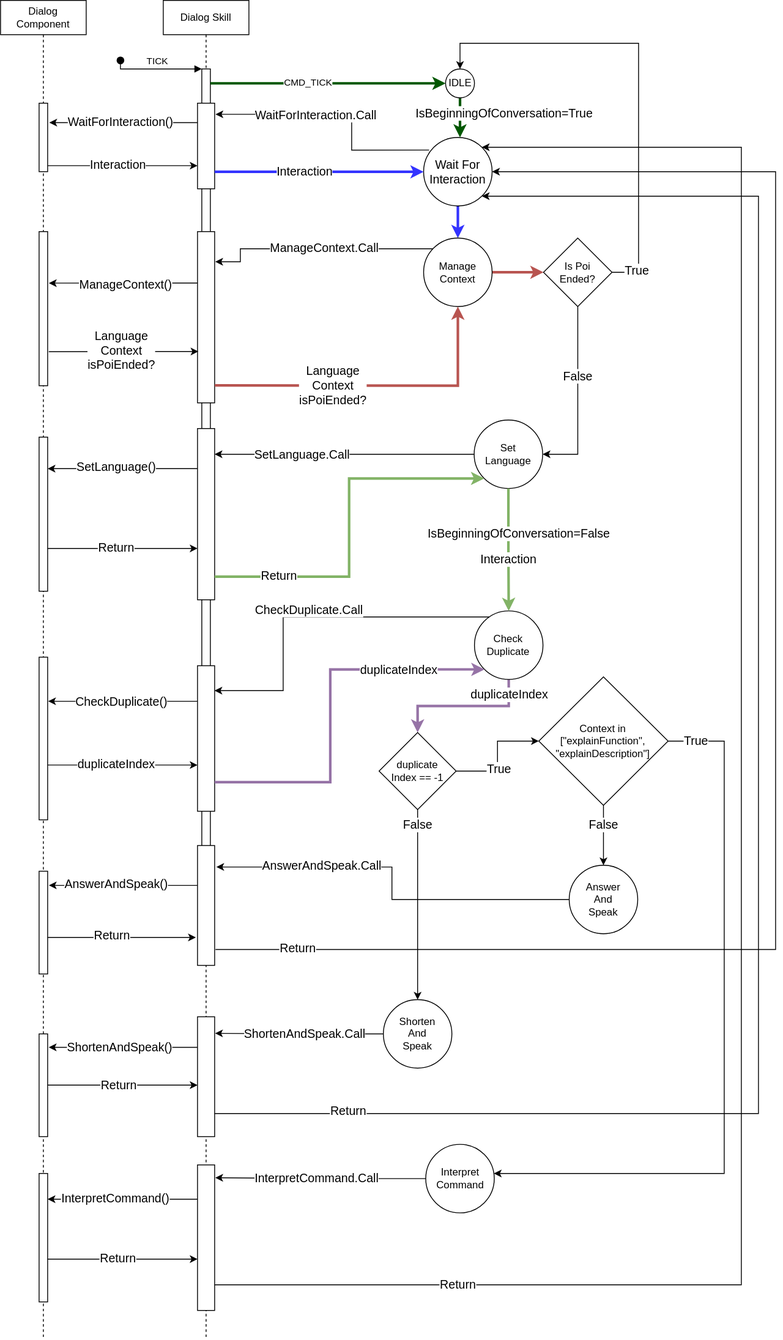
Before: src/skills/dialog_skill/images/SequenceDiagram.drawio.svg, a diagram exported from draw.io (convince-project/UC3). Source tidied: cells renumbered, new cells last; positions are measured from the earlier drawing's top-left corner, leaving out a move shared by most shapes.
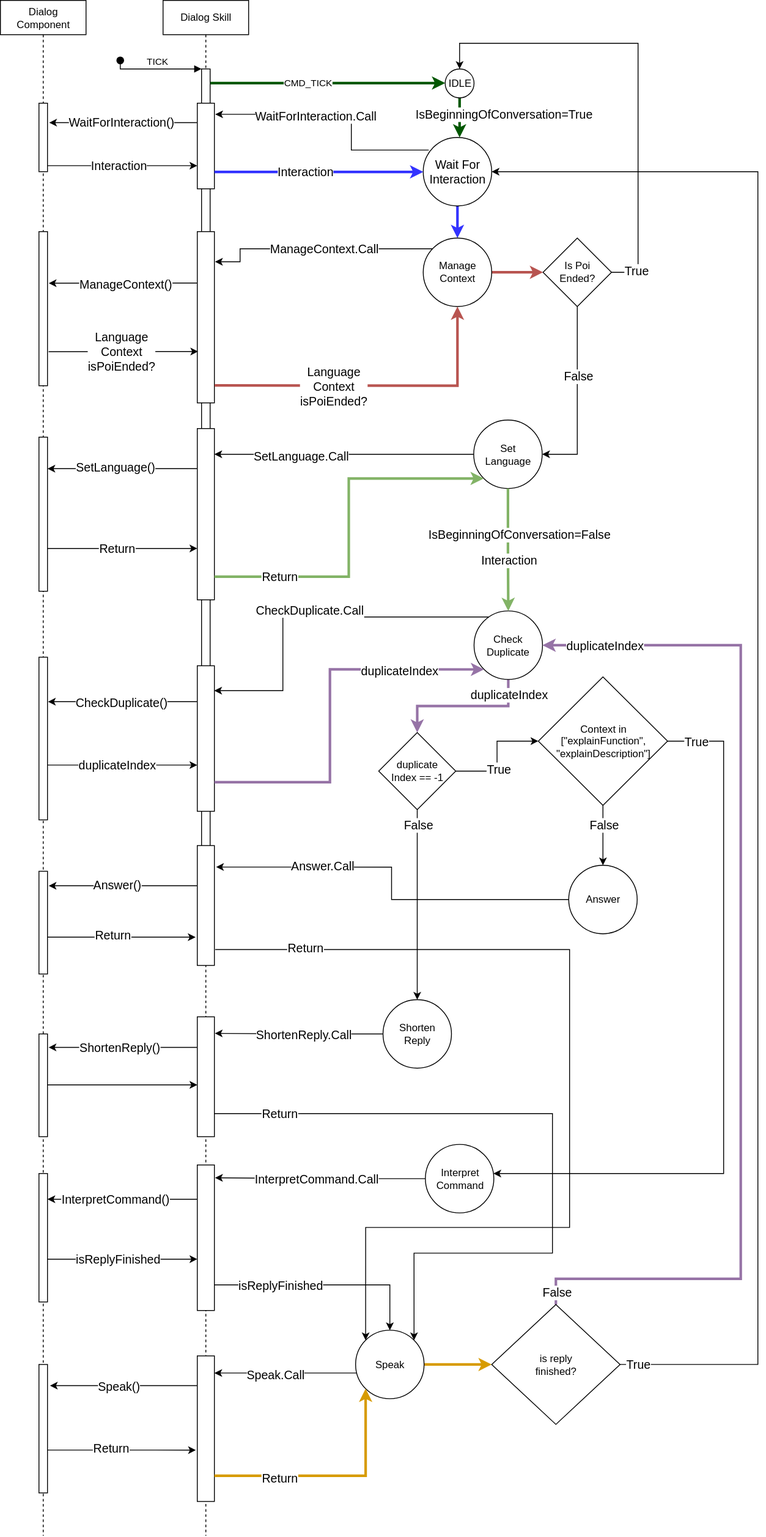
After the change.

The edit, as a diff of the source:
```diff
@@ -3,7 +3,7 @@
     <mxCell id="0" />
     <mxCell id="1" parent="0" />
     <mxCell id="2" value="&lt;div&gt;Dialog&lt;/div&gt;&lt;div&gt;Component&lt;/div&gt;" style="shape=umlLifeline;perimeter=lifelinePerimeter;whiteSpace=wrap;html=1;newEdgeStyle={&quot;edgeStyle&quot;:&quot;elbowEdgeStyle&quot;,&quot;elbow&quot;:&quot;vertical&quot;,&quot;curved&quot;:0,&quot;rounded&quot;:0};" parent="1" vertex="1">
-      <mxGeometry width="100" height="1563" as="geometry" />
+      <mxGeometry width="100" height="1793" as="geometry" />
     </mxCell>
     <mxCell id="3" value="TICK" style="html=1;verticalAlign=bottom;startArrow=oval;endArrow=block;startSize=8;edgeStyle=elbowEdgeStyle;elbow=vertical;curved=0;rounded=0;" parent="2" edge="1" target="12">
       <mxGeometry relative="1" as="geometry">
@@ -34,8 +34,11 @@
     <mxCell id="10" style="html=1;points=[];perimeter=orthogonalPerimeter;outlineConnect=0;targetShapes=umlLifeline;portConstraint=eastwest;newEdgeStyle={&quot;edgeStyle&quot;:&quot;elbowEdgeStyle&quot;,&quot;elbow&quot;:&quot;vertical&quot;,&quot;curved&quot;:0,&quot;rounded&quot;:0};" parent="2" vertex="1">
       <mxGeometry x="45" y="1370" width="10" height="150" as="geometry" />
     </mxCell>
+    <mxCell id="110" style="html=1;points=[];perimeter=orthogonalPerimeter;outlineConnect=0;targetShapes=umlLifeline;portConstraint=eastwest;newEdgeStyle={&quot;edgeStyle&quot;:&quot;elbowEdgeStyle&quot;,&quot;elbow&quot;:&quot;vertical&quot;,&quot;curved&quot;:0,&quot;rounded&quot;:0};" parent="2" vertex="1">
+      <mxGeometry x="45" y="1593" width="10" height="150" as="geometry" />
+    </mxCell>
     <mxCell id="11" value="Dialog Skill" style="shape=umlLifeline;perimeter=lifelinePerimeter;whiteSpace=wrap;html=1;newEdgeStyle={&quot;edgeStyle&quot;:&quot;elbowEdgeStyle&quot;,&quot;elbow&quot;:&quot;vertical&quot;,&quot;curved&quot;:0,&quot;rounded&quot;:0};" parent="1" vertex="1">
-      <mxGeometry x="190" width="100" height="1563" as="geometry" />
+      <mxGeometry x="190" width="100" height="1793" as="geometry" />
     </mxCell>
     <mxCell id="12" style="html=1;points=[];perimeter=orthogonalPerimeter;outlineConnect=0;targetShapes=umlLifeline;portConstraint=eastwest;newEdgeStyle={&quot;edgeStyle&quot;:&quot;elbowEdgeStyle&quot;,&quot;elbow&quot;:&quot;vertical&quot;,&quot;curved&quot;:0,&quot;rounded&quot;:0};" parent="11" vertex="1">
       <mxGeometry x="45" y="80" width="10" height="1040" as="geometry" />
@@ -61,6 +64,9 @@
     <mxCell id="19" style="html=1;points=[];perimeter=orthogonalPerimeter;outlineConnect=0;targetShapes=umlLifeline;portConstraint=eastwest;newEdgeStyle={&quot;edgeStyle&quot;:&quot;elbowEdgeStyle&quot;,&quot;elbow&quot;:&quot;vertical&quot;,&quot;curved&quot;:0,&quot;rounded&quot;:0};" parent="11" vertex="1">
       <mxGeometry x="40" y="1360" width="20" height="170" as="geometry" />
     </mxCell>
+    <mxCell id="111" style="html=1;points=[];perimeter=orthogonalPerimeter;outlineConnect=0;targetShapes=umlLifeline;portConstraint=eastwest;newEdgeStyle={&quot;edgeStyle&quot;:&quot;elbowEdgeStyle&quot;,&quot;elbow&quot;:&quot;vertical&quot;,&quot;curved&quot;:0,&quot;rounded&quot;:0};" parent="11" vertex="1">
+      <mxGeometry x="40" y="1583" width="20" height="170" as="geometry" />
+    </mxCell>
     <mxCell id="20" style="edgeStyle=elbowEdgeStyle;rounded=0;jettySize=auto;html=1;elbow=vertical;curved=0;entryX=0;entryY=0.5;entryDx=0;entryDy=0;fillColor=#008a00;strokeColor=#005700;strokeWidth=3;" parent="1" edge="1" source="12" target="26">
       <mxGeometry relative="1" as="geometry" />
     </mxCell>
@@ -238,13 +244,13 @@
     <mxCell id="59" value="&lt;div&gt;duplicate&lt;/div&gt;&lt;div&gt;Index == -1&lt;/div&gt;" style="rhombus;whiteSpace=wrap;html=1;" parent="1" vertex="1">
       <mxGeometry x="442" y="855" width="90" height="90" as="geometry" />
     </mxCell>
-    <mxCell id="60" value="&lt;div&gt;Answer&lt;/div&gt;&lt;div&gt;And&lt;/div&gt;&lt;div&gt;Speak&lt;/div&gt;" style="ellipse;whiteSpace=wrap;html=1;" parent="1" vertex="1">
+    <mxCell id="60" value="&lt;div&gt;Answer&lt;/div&gt;" style="ellipse;whiteSpace=wrap;html=1;" parent="1" vertex="1">
       <mxGeometry x="664" y="1010" width="80" height="80" as="geometry" />
     </mxCell>
     <mxCell id="61" style="edgeStyle=orthogonalEdgeStyle;rounded=0;jettySize=auto;html=1;entryX=1.1;entryY=0.179;entryDx=0;entryDy=0;entryPerimeter=0;" parent="1" edge="1" source="60" target="16">
       <mxGeometry relative="1" as="geometry" />
     </mxCell>
-    <mxCell id="62" value="AnswerAndSpeak.Call" style="edgeLabel;html=1;align=center;verticalAlign=middle;fontSize=14;" parent="61" vertex="1">
+    <mxCell id="62" value="Answer.Call" style="edgeLabel;html=1;align=center;verticalAlign=middle;fontSize=14;" parent="61" vertex="1">
       <mxGeometry y="2" relative="1" as="geometry">
         <mxPoint x="-80" y="-22" as="offset" />
       </mxGeometry>
@@ -252,7 +258,7 @@
     <mxCell id="63" style="edgeStyle=elbowEdgeStyle;rounded=0;jettySize=auto;html=1;elbow=vertical;curved=0;entryX=1.14;entryY=0.14;entryDx=0;entryDy=0;entryPerimeter=0;" parent="1" edge="1" source="16" target="7">
       <mxGeometry relative="1" as="geometry" />
     </mxCell>
-    <mxCell id="64" value="AnswerAndSpeak()" style="edgeLabel;html=1;align=center;verticalAlign=middle;fontSize=14;" parent="63" vertex="1">
+    <mxCell id="64" value="Answer()" style="edgeLabel;html=1;align=center;verticalAlign=middle;fontSize=14;" parent="63" vertex="1">
       <mxGeometry x="0.1" y="-2" relative="1" as="geometry" />
     </mxCell>
     <mxCell id="65" style="edgeStyle=elbowEdgeStyle;rounded=0;jettySize=auto;html=1;elbow=vertical;curved=0;entryX=-0.1;entryY=0.764;entryDx=0;entryDy=0;entryPerimeter=0;" parent="1" edge="1" source="7" target="16">
@@ -261,26 +267,27 @@
     <mxCell id="66" value="Return" style="edgeLabel;html=1;align=center;verticalAlign=middle;fontSize=14;" parent="65" vertex="1">
       <mxGeometry x="-0.13" y="3" relative="1" as="geometry" />
     </mxCell>
-    <mxCell id="67" style="edgeStyle=orthogonalEdgeStyle;rounded=0;jettySize=auto;html=1;elbow=vertical;entryX=1;entryY=0.5;entryDx=0;entryDy=0;exitX=1.05;exitY=0.867;exitDx=0;exitDy=0;exitPerimeter=0;" parent="1" edge="1" source="16" target="28">
+    <mxCell id="67" style="edgeStyle=orthogonalEdgeStyle;rounded=0;jettySize=auto;html=1;elbow=vertical;entryX=0;entryY=0;entryDx=0;entryDy=0;exitX=1.05;exitY=0.867;exitDx=0;exitDy=0;exitPerimeter=0;" parent="1" edge="1" source="16" target="115">
       <mxGeometry relative="1" as="geometry">
         <Array as="points">
-          <mxPoint x="905" y="1108" />
-          <mxPoint x="905" y="200" />
+          <mxPoint x="665" y="1108" />
+          <mxPoint x="665" y="1433" />
+          <mxPoint x="427" y="1433" />
         </Array>
       </mxGeometry>
     </mxCell>
     <mxCell id="68" value="Return" style="edgeLabel;html=1;align=center;verticalAlign=middle;fontSize=14;" parent="67" vertex="1">
       <mxGeometry x="-0.79" y="2" relative="1" as="geometry">
-        <mxPoint x="-100" as="offset" />
+        <mxPoint x="-11" as="offset" />
       </mxGeometry>
     </mxCell>
-    <mxCell id="69" value="&lt;div&gt;Shorten&lt;/div&gt;&lt;div&gt;And&lt;/div&gt;&lt;div&gt;Speak&lt;/div&gt;" style="ellipse;whiteSpace=wrap;html=1;" parent="1" vertex="1">
+    <mxCell id="69" value="&lt;div&gt;Shorten&lt;br&gt;Reply&lt;/div&gt;" style="ellipse;whiteSpace=wrap;html=1;" parent="1" vertex="1">
       <mxGeometry x="447" y="1167" width="80" height="80" as="geometry" />
     </mxCell>
     <mxCell id="70" style="edgeStyle=orthogonalEdgeStyle;rounded=0;jettySize=auto;html=1;entryX=1.025;entryY=0.138;entryDx=0;entryDy=0;entryPerimeter=0;" parent="1" edge="1" source="69" target="17">
       <mxGeometry relative="1" as="geometry" />
     </mxCell>
-    <mxCell id="71" value="ShortenAndSpeak.Call" style="edgeLabel;html=1;align=center;verticalAlign=middle;fontSize=14;" parent="70" vertex="1">
+    <mxCell id="71" value="ShortenReply.Call" style="edgeLabel;html=1;align=center;verticalAlign=middle;fontSize=14;" parent="70" vertex="1">
       <mxGeometry x="-0.12" y="-1" relative="1" as="geometry">
         <mxPoint x="-6" y="1" as="offset" />
       </mxGeometry>
@@ -288,25 +295,25 @@
     <mxCell id="72" style="edgeStyle=elbowEdgeStyle;rounded=0;jettySize=auto;html=1;elbow=vertical;curved=0;entryX=1.133;entryY=0.131;entryDx=0;entryDy=0;entryPerimeter=0;" parent="1" edge="1" source="17" target="8">
       <mxGeometry relative="1" as="geometry" />
     </mxCell>
-    <mxCell id="73" value="ShortenAndSpeak()" style="edgeLabel;html=1;align=center;verticalAlign=middle;fontSize=14;" parent="72" vertex="1">
+    <mxCell id="73" value="ShortenReply()" style="edgeLabel;html=1;align=center;verticalAlign=middle;fontSize=14;" parent="72" vertex="1">
       <mxGeometry x="0.05" relative="1" as="geometry" />
     </mxCell>
     <mxCell id="74" style="edgeStyle=elbowEdgeStyle;rounded=0;jettySize=auto;html=1;elbow=vertical;curved=0;" parent="1" edge="1" source="8" target="17">
       <mxGeometry relative="1" as="geometry" />
     </mxCell>
-    <mxCell id="75" value="Return" style="edgeLabel;html=1;align=center;verticalAlign=middle;fontSize=14;" parent="74" vertex="1">
-      <mxGeometry x="-0.05" relative="1" as="geometry" />
-    </mxCell>
-    <mxCell id="76" style="edgeStyle=orthogonalEdgeStyle;rounded=0;jettySize=auto;html=1;elbow=vertical;entryX=1;entryY=1;entryDx=0;entryDy=0;" parent="1" edge="1" source="17" target="28">
+    <mxCell id="76" style="edgeStyle=orthogonalEdgeStyle;rounded=0;jettySize=auto;html=1;elbow=vertical;entryX=1;entryY=0;entryDx=0;entryDy=0;" parent="1" edge="1" source="17" target="115">
       <mxGeometry relative="1" as="geometry">
         <Array as="points">
-          <mxPoint x="885" y="1300" />
-          <mxPoint x="885" y="228" />
+          <mxPoint x="645" y="1300" />
+          <mxPoint x="645" y="1463" />
+          <mxPoint x="483" y="1463" />
         </Array>
       </mxGeometry>
     </mxCell>
     <mxCell id="77" value="Return" style="edgeLabel;html=1;align=center;verticalAlign=middle;fontSize=14;" parent="76" vertex="1">
-      <mxGeometry x="-0.85" y="3" relative="1" as="geometry" />
+      <mxGeometry x="-0.85" y="3" relative="1" as="geometry">
+        <mxPoint x="12" y="2" as="offset" />
+      </mxGeometry>
     </mxCell>
     <mxCell id="78" value="Set&lt;br&gt;Language" style="ellipse;whiteSpace=wrap;html=1;" parent="1" vertex="1">
       <mxGeometry x="553" y="490" width="80" height="80" as="geometry" />
@@ -420,19 +427,20 @@
         </Array>
       </mxGeometry>
     </mxCell>
-    <mxCell id="100" value="Return" style="edgeLabel;html=1;align=center;verticalAlign=middle;fontSize=14;" parent="99" vertex="1">
+    <mxCell id="100" value="isReplyFinished" style="edgeLabel;html=1;align=center;verticalAlign=middle;fontSize=14;" parent="99" vertex="1">
       <mxGeometry x="-0.07" y="1" relative="1" as="geometry" />
     </mxCell>
-    <mxCell id="101" style="edgeStyle=orthogonalEdgeStyle;rounded=0;jettySize=auto;html=1;elbow=vertical;entryX=1;entryY=0;entryDx=0;entryDy=0;" parent="1" edge="1" source="19" target="28">
+    <mxCell id="101" style="edgeStyle=orthogonalEdgeStyle;rounded=0;jettySize=auto;html=1;elbow=vertical;entryX=0.5;entryY=0;entryDx=0;entryDy=0;" parent="1" edge="1" source="19" target="115">
       <mxGeometry relative="1" as="geometry">
         <Array as="points">
-          <mxPoint x="865" y="1500" />
-          <mxPoint x="865" y="172" />
+          <mxPoint x="455" y="1500" />
         </Array>
       </mxGeometry>
     </mxCell>
-    <mxCell id="102" value="Return" style="edgeLabel;html=1;align=center;verticalAlign=middle;fontSize=14;" parent="101" vertex="1">
-      <mxGeometry x="-0.75" relative="1" as="geometry" />
+    <mxCell id="102" value="isReplyFinished" style="edgeLabel;html=1;align=center;verticalAlign=middle;fontSize=14;" parent="101" vertex="1">
+      <mxGeometry x="-0.75" relative="1" as="geometry">
+        <mxPoint x="44" as="offset" />
+      </mxGeometry>
     </mxCell>
     <mxCell id="103" style="edgeStyle=elbowEdgeStyle;rounded=0;jettySize=auto;html=1;elbow=vertical;curved=0;" parent="1" edge="1" source="4" target="13">
       <mxGeometry relative="1" as="geometry">
@@ -470,5 +478,81 @@
         <mxPoint x="12" y="22" as="offset" />
       </mxGeometry>
     </mxCell>
+    <mxCell id="112" style="edgeStyle=orthogonalEdgeStyle;rounded=0;jettySize=auto;html=1;" parent="1" edge="1" source="115" target="111">
+      <mxGeometry relative="1" as="geometry">
+        <Array as="points">
+          <mxPoint x="365" y="1603" />
+          <mxPoint x="365" y="1603" />
+        </Array>
+      </mxGeometry>
+    </mxCell>
+    <mxCell id="113" value="Speak.Call" style="edgeLabel;html=1;align=center;verticalAlign=middle;fontSize=14;" parent="112" vertex="1">
+      <mxGeometry x="0.15" y="1" relative="1" as="geometry" />
+    </mxCell>
+    <mxCell id="114" style="edgeStyle=orthogonalEdgeStyle;rounded=0;jettySize=auto;html=1;fillColor=#ffe6cc;strokeColor=#d79b00;strokeWidth=3;" parent="1" edge="1" source="115" target="127">
+      <mxGeometry relative="1" as="geometry" />
+    </mxCell>
+    <mxCell id="115" value="Speak" style="ellipse;whiteSpace=wrap;html=1;" parent="1" vertex="1">
+      <mxGeometry x="415" y="1553" width="80" height="80" as="geometry" />
+    </mxCell>
+    <mxCell id="116" style="edgeStyle=elbowEdgeStyle;rounded=0;jettySize=auto;html=1;elbow=vertical;curved=0;entryX=1.286;entryY=0.166;entryDx=0;entryDy=0;entryPerimeter=0;" parent="1" edge="1" source="111" target="110">
+      <mxGeometry relative="1" as="geometry" />
+    </mxCell>
+    <mxCell id="117" value="Speak()" style="edgeLabel;html=1;align=center;verticalAlign=middle;fontSize=14;" parent="116" vertex="1">
+      <mxGeometry x="0.08" y="1" relative="1" as="geometry" />
+    </mxCell>
+    <mxCell id="118" style="edgeStyle=elbowEdgeStyle;rounded=0;orthogonalLoop=1;jettySize=auto;html=1;elbow=horizontal;curved=0;entryX=-0.083;entryY=0.799;entryDx=0;entryDy=0;entryPerimeter=0;" parent="1" edge="1">
+      <mxGeometry relative="1" as="geometry">
+        <mxPoint x="55" y="1693" as="sourcePoint" />
+        <mxPoint x="228.3" y="1693" as="targetPoint" />
+      </mxGeometry>
+    </mxCell>
+    <mxCell id="119" value="Return" style="edgeLabel;html=1;align=center;verticalAlign=middle;fontSize=14;" parent="118" vertex="1">
+      <mxGeometry x="-0.15" y="3" relative="1" as="geometry" />
+    </mxCell>
+    <mxCell id="120" style="edgeStyle=elbowEdgeStyle;rounded=0;jettySize=auto;html=1;elbow=vertical;curved=0;entryX=0;entryY=1;entryDx=0;entryDy=0;fillColor=#ffe6cc;strokeColor=#d79b00;strokeWidth=3;" parent="1" edge="1" target="115">
+      <mxGeometry relative="1" as="geometry">
+        <mxPoint x="250" y="1723" as="sourcePoint" />
+        <Array as="points">
+          <mxPoint x="345" y="1723" />
+        </Array>
+      </mxGeometry>
+    </mxCell>
+    <mxCell id="121" value="Return" style="edgeLabel;html=1;align=center;verticalAlign=middle;fontSize=14;" parent="120" vertex="1">
+      <mxGeometry x="-0.46" y="-2" relative="1" as="geometry" />
+    </mxCell>
+    <mxCell id="122" style="edgeStyle=orthogonalEdgeStyle;rounded=0;jettySize=auto;html=1;exitX=0.5;exitY=0;exitDx=0;exitDy=0;entryX=1;entryY=0.5;entryDx=0;entryDy=0;fillColor=#e1d5e7;strokeColor=#9673a6;strokeWidth=3;" parent="1" edge="1" source="127" target="48">
+      <mxGeometry relative="1" as="geometry">
+        <Array as="points">
+          <mxPoint x="649" y="1493" />
+          <mxPoint x="865" y="1493" />
+          <mxPoint x="865" y="753" />
+        </Array>
+      </mxGeometry>
+    </mxCell>
+    <mxCell id="123" value="&lt;div&gt;&lt;font style=&quot;font-size: 14px;&quot;&gt;False&lt;/font&gt;&lt;/div&gt;" style="edgeLabel;html=1;align=center;verticalAlign=middle;" parent="122" vertex="1">
+      <mxGeometry x="-0.87" y="-2" relative="1" as="geometry">
+        <mxPoint x="-47" y="13" as="offset" />
+      </mxGeometry>
+    </mxCell>
+    <mxCell id="124" value="&lt;font style=&quot;font-size: 14px;&quot;&gt;duplicateIndex&lt;/font&gt;" style="edgeLabel;html=1;align=center;verticalAlign=middle;" parent="122" vertex="1">
+      <mxGeometry x="0.91" relative="1" as="geometry">
+        <mxPoint x="17" as="offset" />
+      </mxGeometry>
+    </mxCell>
+    <mxCell id="125" style="edgeStyle=orthogonalEdgeStyle;rounded=0;jettySize=auto;html=1;entryX=1;entryY=0.5;entryDx=0;entryDy=0;" parent="1" edge="1" source="127" target="28">
+      <mxGeometry relative="1" as="geometry">
+        <Array as="points">
+          <mxPoint x="885" y="1593" />
+          <mxPoint x="885" y="200" />
+        </Array>
+      </mxGeometry>
+    </mxCell>
+    <mxCell id="126" value="&lt;font style=&quot;font-size: 14px;&quot;&gt;True&lt;/font&gt;" style="edgeLabel;html=1;align=center;verticalAlign=middle;" parent="125" vertex="1">
+      <mxGeometry x="-0.98" y="1" relative="1" as="geometry" />
+    </mxCell>
+    <mxCell id="127" value="&lt;div&gt;is reply&lt;/div&gt;&lt;div&gt;finished?&lt;/div&gt;" style="rhombus;whiteSpace=wrap;html=1;" parent="1" vertex="1">
+      <mxGeometry x="574" y="1523" width="150" height="140" as="geometry" />
+    </mxCell>
   </root>
 </mxGraphModel>
```
